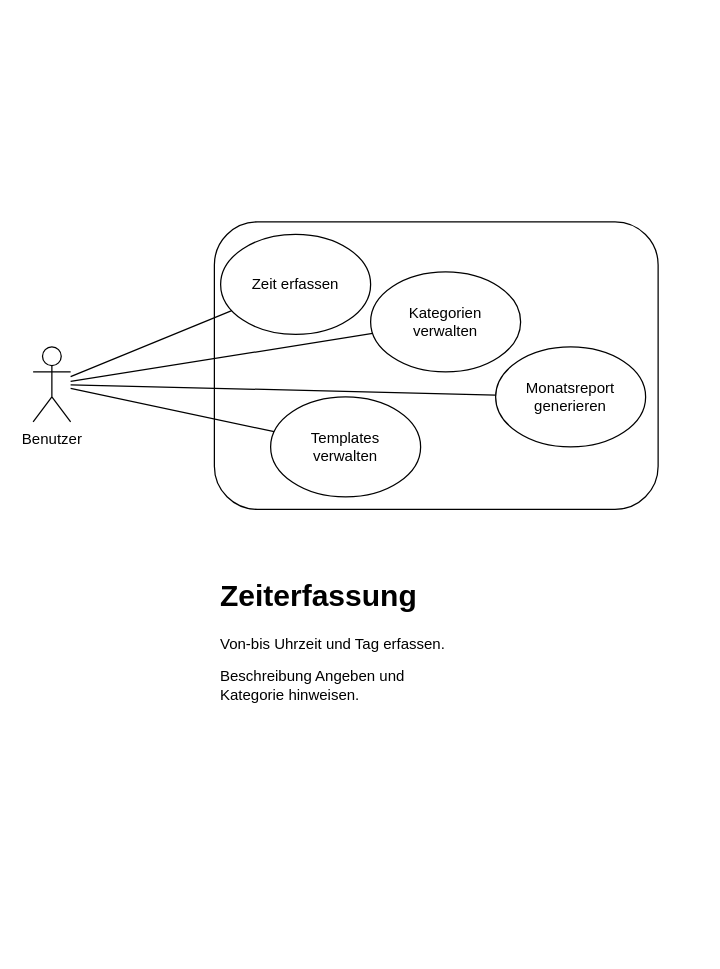
Above: Spezifikation/Dateien/Anwendungsfalldiagramm.drawio in MatthiasStierlin/Zeiterfassung (draw.io), before the change. Source tidied: cells renumbered, new cells numbered last; positions are measured from the earlier drawing's top-left corner, leaving out a move shared by most shapes. Both pictures are drawn from the tidied source at 125%, with x=0, y=0 at pixel (32, 221).
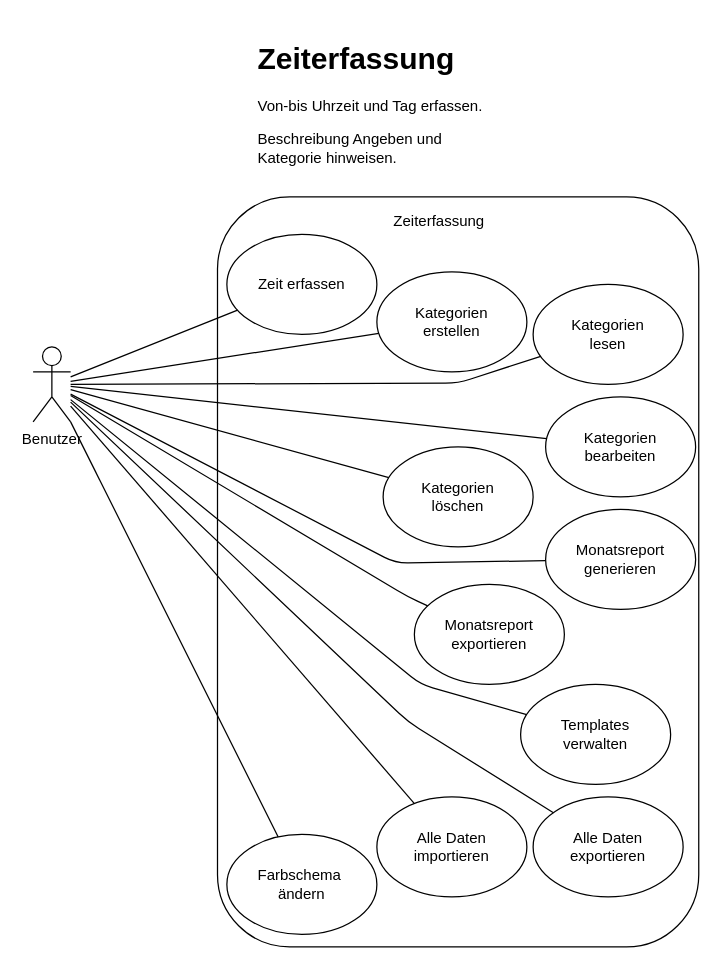
Above is the later version.

Commit message:
Zweiter Entwurf der Anwendungsfalldiagramm

Unchanged cells that the change refers to:
```xml
<mxCell id="7" value="Benutzer" style="shape=umlActor;verticalLabelPosition=bottom;labelBackgroundColor=#ffffff;verticalAlign=top;html=1;outlineConnect=0;" parent="1" vertex="1">
  <mxGeometry y="100" width="30" height="60" as="geometry" />
</mxCell>
```

Change to the diagram source:
```diff
@@
     <mxCell id="2" style="rounded=1;whiteSpace=wrap;html=1;" parent="1" vertex="1">
-      <mxGeometry x="145" width="355" height="230" as="geometry" />
+      <mxGeometry x="147.5" y="-20" width="385" height="600" as="geometry" />
     </mxCell>
     <mxCell id="3" value="Zeit erfassen" style="ellipse;whiteSpace=wrap;html=1;" parent="1" vertex="1">
-      <mxGeometry x="150" y="10" width="120" height="80" as="geometry" />
+      <mxGeometry x="155" y="10" width="120" height="80" as="geometry" />
     </mxCell>
-    <mxCell id="4" value="Kategorien &lt;br&gt;verwalten" style="ellipse;whiteSpace=wrap;html=1;" parent="1" vertex="1">
-      <mxGeometry x="270" y="40" width="120" height="80" as="geometry" />
+    <mxCell id="4" value="Kategorien &lt;br&gt;erstellen" style="ellipse;whiteSpace=wrap;html=1;" parent="1" vertex="1">
+      <mxGeometry x="275" y="40" width="120" height="80" as="geometry" />
     </mxCell>
     <mxCell id="5" value="Monatsreport&lt;br&gt;generieren" style="ellipse;whiteSpace=wrap;html=1;" parent="1" vertex="1">
-      <mxGeometry x="370" y="100" width="120" height="80" as="geometry" />
+      <mxGeometry x="410" y="230" width="120" height="80" as="geometry" />
     </mxCell>
     <mxCell id="6" value="Templates&lt;br&gt;verwalten" style="ellipse;whiteSpace=wrap;html=1;" parent="1" vertex="1">
-      <mxGeometry x="190" y="140" width="120" height="80" as="geometry" />
+      <mxGeometry x="390" y="370" width="120" height="80" as="geometry" />
     </mxCell>
@@
     <mxCell id="10" style="endArrow=none;html=1;" parent="1" edge="1" source="7" target="6">
-      <mxGeometry relative="1" as="geometry" />
+      <mxGeometry relative="1" as="geometry">
+        <Array as="points">
+          <mxPoint x="310" y="370" />
+        </Array>
+      </mxGeometry>
     </mxCell>
     <mxCell id="11" style="endArrow=none;html=1;" parent="1" edge="1" source="7" target="5">
-      <mxGeometry relative="1" as="geometry" />
+      <mxGeometry relative="1" as="geometry">
+        <Array as="points">
+          <mxPoint x="290" y="273" />
+        </Array>
+      </mxGeometry>
     </mxCell>
     <mxCell id="12" value="&lt;h1&gt;Zeiterfassung&lt;/h1&gt;&lt;p&gt;Von-bis Uhrzeit und Tag erfassen.&lt;/p&gt;&lt;p&gt;Beschreibung Angeben und Kategorie hinweisen.&lt;/p&gt;" style="text;html=1;strokeColor=none;fillColor=none;spacing=5;spacingTop=-20;whiteSpace=wrap;overflow=hidden;rounded=0;" parent="1" vertex="1">
-      <mxGeometry x="145" y="280" width="190" height="120" as="geometry" />
+      <mxGeometry x="175" y="-150" width="190" height="120" as="geometry" />
     </mxCell>
+    <mxCell id="13" value="Zeiterfassung" style="text;html=1;strokeColor=none;fillColor=none;align=center;verticalAlign=middle;whiteSpace=wrap;rounded=0;" parent="1" vertex="1">
+      <mxGeometry x="305" y="-10" width="40" height="20" as="geometry" />
+    </mxCell>
+    <mxCell id="14" value="Kategorien &lt;br&gt;lesen" style="ellipse;whiteSpace=wrap;html=1;" parent="1" vertex="1">
+      <mxGeometry x="400" y="50" width="120" height="80" as="geometry" />
+    </mxCell>
+    <mxCell id="15" value="Kategorien &lt;br&gt;löschen" style="ellipse;whiteSpace=wrap;html=1;" parent="1" vertex="1">
+      <mxGeometry x="280" y="180" width="120" height="80" as="geometry" />
+    </mxCell>
+    <mxCell id="16" style="endArrow=none;html=1;" parent="1" edge="1" source="7" target="15">
+      <mxGeometry relative="1" as="geometry" />
+    </mxCell>
+    <mxCell id="17" style="endArrow=none;html=1;" parent="1" edge="1" source="7" target="14">
+      <mxGeometry relative="1" as="geometry">
+        <Array as="points">
+          <mxPoint x="340" y="129" />
+        </Array>
+      </mxGeometry>
+    </mxCell>
+    <mxCell id="18" value="Kategorien &lt;br&gt;bearbeiten" style="ellipse;whiteSpace=wrap;html=1;" parent="1" vertex="1">
+      <mxGeometry x="410" y="140" width="120" height="80" as="geometry" />
+    </mxCell>
+    <mxCell id="19" style="endArrow=none;html=1;" parent="1" edge="1" source="7" target="18">
+      <mxGeometry relative="1" as="geometry" />
+    </mxCell>
+    <mxCell id="20" value="Monatsreport&lt;br&gt;exportieren" style="ellipse;whiteSpace=wrap;html=1;" parent="1" vertex="1">
+      <mxGeometry x="305" y="290" width="120" height="80" as="geometry" />
+    </mxCell>
+    <mxCell id="21" style="endArrow=none;html=1;" parent="1" edge="1" source="7" target="20">
+      <mxGeometry relative="1" as="geometry">
+        <Array as="points">
+          <mxPoint x="300" y="300" />
+        </Array>
+      </mxGeometry>
+    </mxCell>
+    <mxCell id="22" value="Alle Daten exportieren" style="ellipse;whiteSpace=wrap;html=1;" parent="1" vertex="1">
+      <mxGeometry x="400" y="460" width="120" height="80" as="geometry" />
+    </mxCell>
+    <mxCell id="23" value="Alle Daten importieren" style="ellipse;whiteSpace=wrap;html=1;" parent="1" vertex="1">
+      <mxGeometry x="275" y="460" width="120" height="80" as="geometry" />
+    </mxCell>
+    <mxCell id="24" style="endArrow=none;html=1;" parent="1" edge="1" source="7" target="22">
+      <mxGeometry relative="1" as="geometry">
+        <Array as="points">
+          <mxPoint x="300" y="400" />
+        </Array>
+      </mxGeometry>
+    </mxCell>
+    <mxCell id="25" style="endArrow=none;html=1;" parent="1" edge="1" source="7" target="23">
+      <mxGeometry relative="1" as="geometry" />
+    </mxCell>
+    <mxCell id="26" value="Farbschema&amp;nbsp;&lt;br&gt;ändern" style="ellipse;whiteSpace=wrap;html=1;" parent="1" vertex="1">
+      <mxGeometry x="155" y="490" width="120" height="80" as="geometry" />
+    </mxCell>
+    <mxCell id="27" style="endArrow=none;html=1;" parent="1" edge="1" source="7" target="26">
+      <mxGeometry relative="1" as="geometry" />
+    </mxCell>
```
